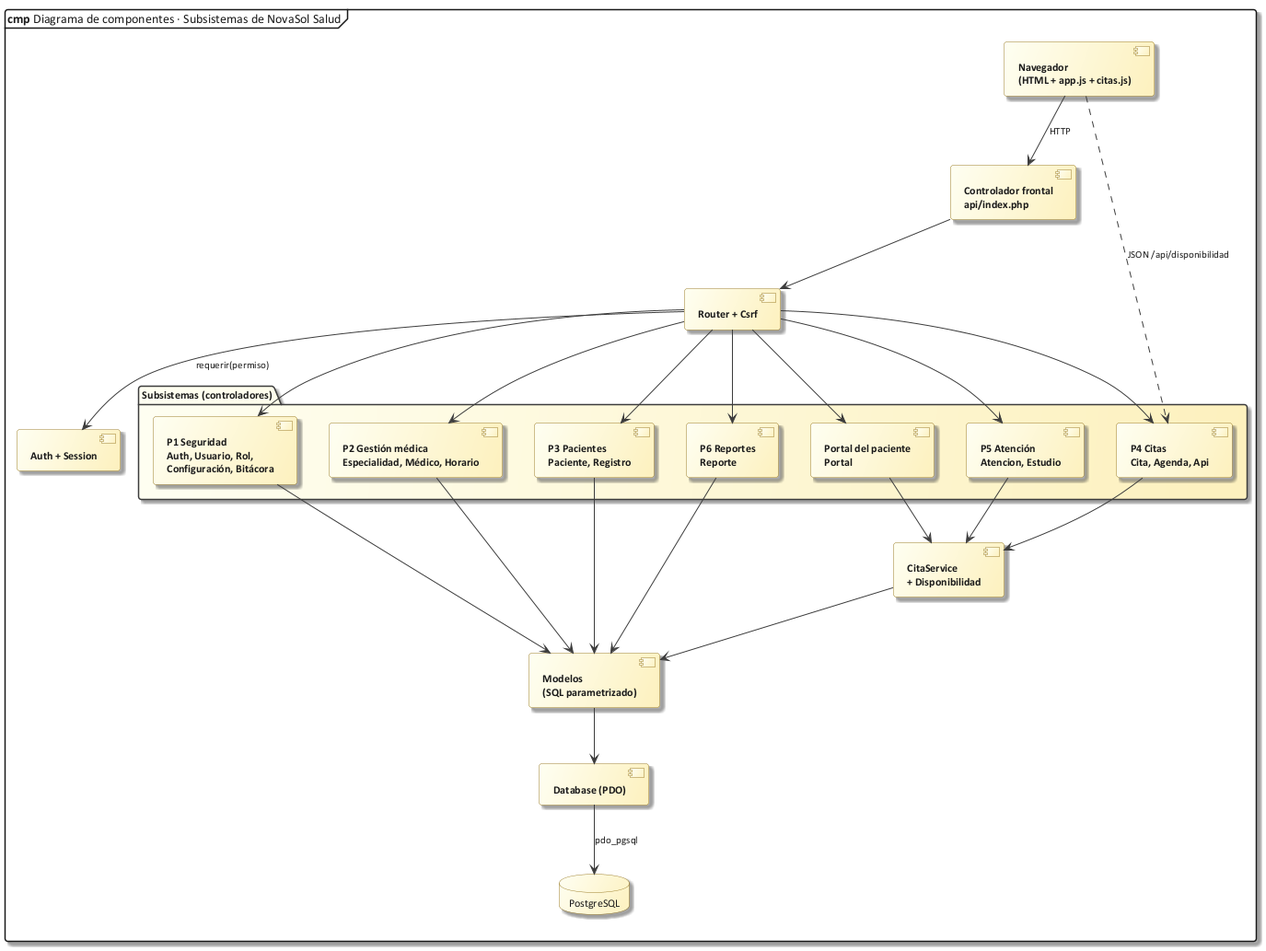
The PlantUML diagram Docs/diagramas/43_componentes.png in Kato-001/nova-salud, before a commit. The source it was exported from:
```plantuml
@startuml 43_componentes
!include C:/Users/Sergio Estaca Paco/Desktop/HeadSalud/Docs/diagramas/estilo_ea.iuml
mainframe **cmp** Diagrama de componentes · Subsistemas de NovaSol Salud

component "Navegador\n(HTML + app.js + citas.js)" as NAV
component "Controlador frontal\napi/index.php" as FRONT
component "Router + Csrf" as ROUTER
component "Auth + Session" as AUTH

package "Subsistemas (controladores)" {
  component "P1 Seguridad\nAuth, Usuario, Rol,\nConfiguración, Bitácora" as S1
  component "P2 Gestión médica\nEspecialidad, Médico, Horario" as S2
  component "P3 Pacientes\nPaciente, Registro" as S3
  component "P4 Citas\nCita, Agenda, Api" as S4
  component "P5 Atención\nAtencion, Estudio" as S5
  component "P6 Reportes\nReporte" as S6
  component "Portal del paciente\nPortal" as SP
}
component "CitaService\n+ Disponibilidad" as SERV
component "Modelos\n(SQL parametrizado)" as MOD
component "Database (PDO)" as PDO
database "PostgreSQL" as DB

NAV --> FRONT : HTTP
FRONT --> ROUTER
ROUTER --> AUTH : requerir(permiso)
ROUTER --> S1
ROUTER --> S2
ROUTER --> S3
ROUTER --> S4
ROUTER --> S5
ROUTER --> S6
ROUTER --> SP
S4 --> SERV
S5 --> SERV
SP --> SERV
S1 --> MOD
S2 --> MOD
S3 --> MOD
S6 --> MOD
SERV --> MOD
MOD --> PDO
PDO --> DB : pdo_pgsql
NAV ..> S4 : JSON /api/disponibilidad
@enduml
```
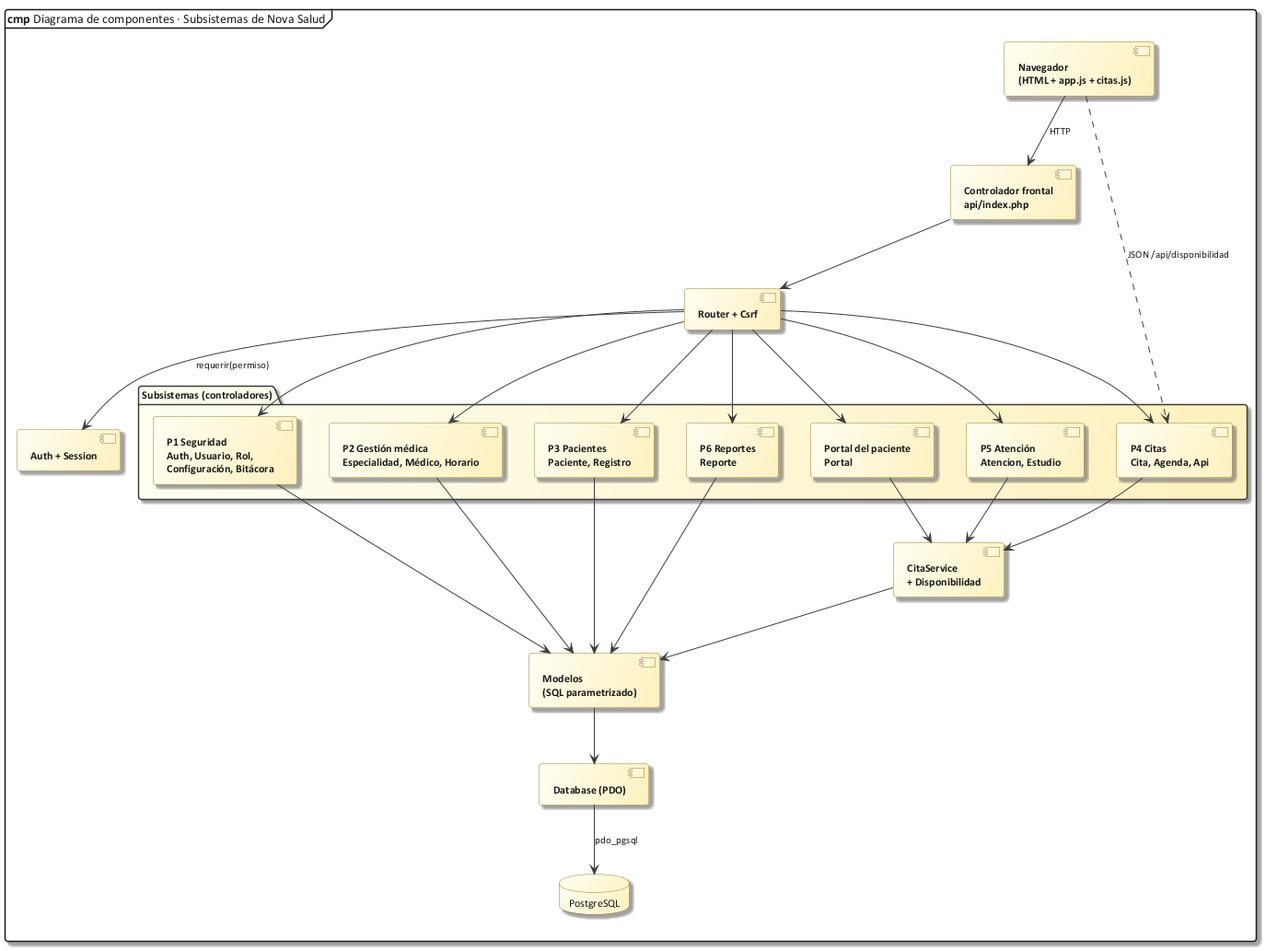
After the change.

Change to the diagram source:
```diff
@@ -1,6 +1,6 @@
 @startuml 43_componentes
 !include C:/Users/Sergio Estaca Paco/Desktop/HeadSalud/Docs/diagramas/estilo_ea.iuml
-mainframe **cmp** Diagrama de componentes · Subsistemas de NovaSol Salud
+mainframe **cmp** Diagrama de componentes · Subsistemas de Nova Salud
 
 component "Navegador\n(HTML + app.js + citas.js)" as NAV
 component "Controlador frontal\napi/index.php" as FRONT
```
